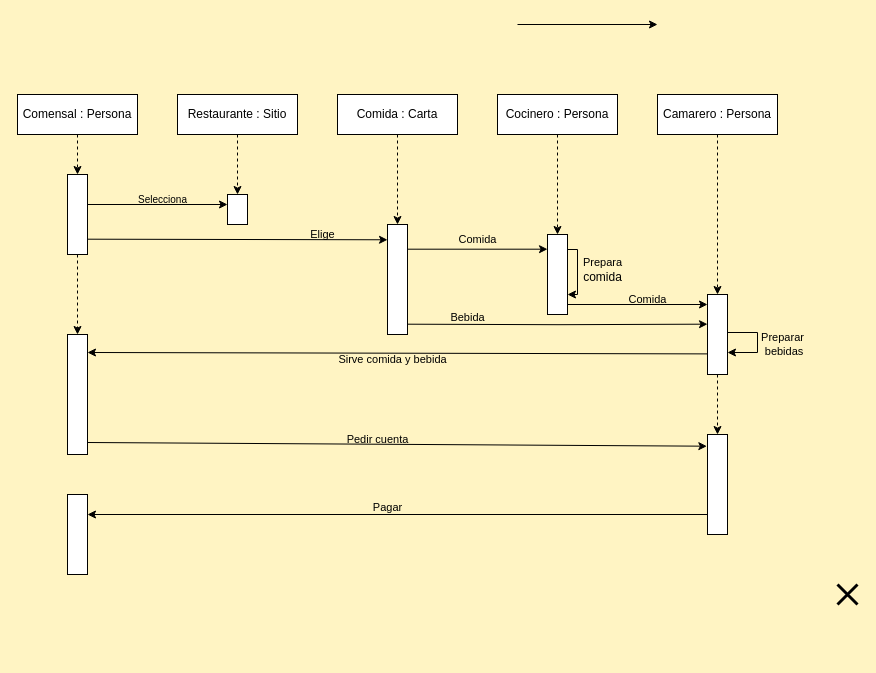
Earlier version of the draw.io diagram 02_Entornos de desarrollo/UT_6/Ejercicios06/Ejercicios/Ejer07/Ejer07.drawio (antgomper/Curso_23-24_DAW). Source tidied: cells renumbered, new cells numbered last; positions are measured from the earlier drawing's top-left corner, leaving out a move shared by most shapes. Both pictures are drawn from the tidied source at 100%, with x=0, y=0 at pixel (17, 24).
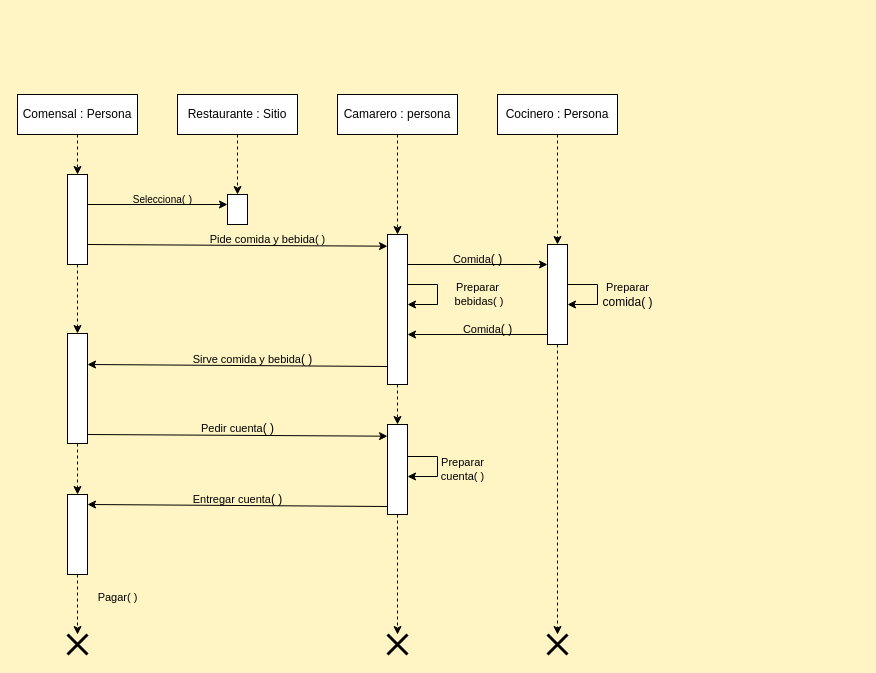
After the change.

Unchanged cells that the change refers to:
```xml
<mxCell id="43" style="rounded=0;whiteSpace=wrap;html=1;" parent="1" vertex="1">
  <mxGeometry x="50" y="470" width="20" height="80" as="geometry" />
</mxCell>
```

The edit, as a diff of the source:
```diff
@@
     <mxCell id="5" style="rounded=0;whiteSpace=wrap;html=1;" parent="1" vertex="1">
-      <mxGeometry x="50" y="150" width="20" height="80" as="geometry" />
+      <mxGeometry x="50" y="150" width="20" height="90" as="geometry" />
     </mxCell>
     <mxCell id="6" style="shape=umlDestroy;whiteSpace=wrap;html=1;strokeWidth=3;targetShapes=umlLifeline;" parent="1" vertex="1">
-      <mxGeometry x="820" y="560" width="20" height="20" as="geometry" />
+      <mxGeometry x="50" y="610" width="20" height="20" as="geometry" />
     </mxCell>
@@
-    <mxCell id="10" style="edgeStyle=orthogonalEdgeStyle;rounded=0;orthogonalLoop=1;jettySize=auto;html=1;exitX=1;exitY=0.5;exitDx=0;exitDy=0;entryX=0;entryY=0.25;entryDx=0;entryDy=0;" parent="1" edge="1">
+    <mxCell id="10" style="rounded=0;orthogonalLoop=1;jettySize=auto;html=1;exitX=1;exitY=0.5;exitDx=0;exitDy=0;entryX=0;entryY=0.118;entryDx=0;entryDy=0;entryPerimeter=0;" parent="1" edge="1">
       <mxGeometry relative="1" as="geometry">
-        <mxPoint x="500" as="sourcePoint" />
-        <mxPoint x="640" as="targetPoint" />
+        <mxPoint x="70" y="220" as="sourcePoint" />
+        <mxPoint x="370" y="221.7" as="targetPoint" />
       </mxGeometry>
     </mxCell>
@@
-    <mxCell id="12" value="&lt;div style=&quot;font-size: 11px;&quot;&gt;&lt;font style=&quot;font-size: 10px;&quot;&gt;Selecciona&lt;/font&gt;&lt;/div&gt;" style="text;html=1;align=center;verticalAlign=middle;strokeColor=none;fillColor=none;" parent="1" vertex="1">
-      <mxGeometry x="110" y="160" width="70" height="30" as="geometry" />
+    <mxCell id="12" value="&lt;div style=&quot;font-size: 11px;&quot;&gt;&lt;font style=&quot;font-size: 10px;&quot;&gt;Selecciona&lt;/font&gt;( )&lt;br&gt;&lt;/div&gt;" style="text;html=1;align=center;verticalAlign=middle;strokeColor=none;fillColor=none;" parent="1" vertex="1">
+      <mxGeometry x="105" y="160" width="80" height="30" as="geometry" />
     </mxCell>
@@
-    <mxCell id="14" value="Comida : Carta" style="rounded=0;whiteSpace=wrap;html=1;" parent="1" vertex="1">
+    <mxCell id="14" value="Camarero : persona" style="rounded=0;whiteSpace=wrap;html=1;" parent="1" vertex="1">
       <mxGeometry x="320" y="70" width="120" height="40" as="geometry" />
     </mxCell>
@@
+    <mxCell id="45" style="edgeStyle=orthogonalEdgeStyle;rounded=0;jettySize=auto;html=1;exitX=0.5;exitY=1;exitDx=0;exitDy=0;dashed=1;" parent="1" edge="1" source="17" target="55">
+      <mxGeometry relative="1" as="geometry" />
+    </mxCell>
     <mxCell id="17" style="rounded=0;whiteSpace=wrap;html=1;" parent="1" vertex="1">
-      <mxGeometry x="370" y="200" width="20" height="110" as="geometry" />
+      <mxGeometry x="370" y="210" width="20" height="150" as="geometry" />
     </mxCell>
+    <mxCell id="46" style="edgeStyle=orthogonalEdgeStyle;rounded=0;jettySize=auto;html=1;exitX=0.5;exitY=1;exitDx=0;exitDy=0;dashed=1;" parent="1" edge="1" source="18" target="60">
+      <mxGeometry relative="1" as="geometry" />
+    </mxCell>
     <mxCell id="18" style="rounded=0;whiteSpace=wrap;html=1;" parent="1" vertex="1">
-      <mxGeometry x="530" y="210" width="20" height="80" as="geometry" />
+      <mxGeometry x="530" y="220" width="20" height="100" as="geometry" />
     </mxCell>
-    <mxCell id="19" style="rounded=0;jettySize=auto;html=1;exitX=1;exitY=0.5;exitDx=0;exitDy=0;entryX=0;entryY=0.139;entryDx=0;entryDy=0;entryPerimeter=0;" parent="1" edge="1" target="17">
-      <mxGeometry relative="1" as="geometry">
-        <mxPoint x="70" y="214.7" as="sourcePoint" />
-      </mxGeometry>
-    </mxCell>
-    <mxCell id="20" value="&lt;font style=&quot;font-size: 11px;&quot;&gt;Elige&lt;/font&gt;" style="text;html=1;align=center;verticalAlign=middle;strokeColor=none;fillColor=none;" parent="1" vertex="1">
-      <mxGeometry x="280" y="195" width="50" height="30" as="geometry" />
+    <mxCell id="20" value="&lt;font style=&quot;font-size: 11px;&quot;&gt;Pide comida y bebida( )&lt;br&gt;&lt;/font&gt;" style="text;html=1;align=center;verticalAlign=middle;strokeColor=none;fillColor=none;" parent="1" vertex="1">
+      <mxGeometry x="180" y="200" width="140" height="30" as="geometry" />
     </mxCell>
-    <mxCell id="21" style="edgeStyle=orthogonalEdgeStyle;rounded=0;orthogonalLoop=1;jettySize=auto;html=1;exitX=1;exitY=0.5;exitDx=0;exitDy=0;entryX=0;entryY=0.25;entryDx=0;entryDy=0;startArrow=none;startFill=0;endArrow=classic;endFill=1;" parent="1" edge="1">
-      <mxGeometry relative="1" as="geometry">
-        <mxPoint x="390" y="224.7" as="sourcePoint" />
-        <mxPoint x="530" y="224.7" as="targetPoint" />
-      </mxGeometry>
-    </mxCell>
-    <mxCell id="22" style="edgeStyle=orthogonalEdgeStyle;rounded=0;jettySize=auto;html=1;exitX=0.5;exitY=1;exitDx=0;exitDy=0;entryX=0.5;entryY=0;entryDx=0;entryDy=0;dashed=1;" parent="1" edge="1" source="23" target="25">
-      <mxGeometry relative="1" as="geometry" />
-    </mxCell>
-    <mxCell id="23" value="Camarero : Persona" style="rounded=0;whiteSpace=wrap;html=1;" parent="1" vertex="1">
-      <mxGeometry x="640" y="70" width="120" height="40" as="geometry" />
-    </mxCell>
-    <mxCell id="24" style="edgeStyle=orthogonalEdgeStyle;rounded=0;jettySize=auto;html=1;exitX=0.5;exitY=1;exitDx=0;exitDy=0;entryX=0.5;entryY=0;entryDx=0;entryDy=0;dashed=1;" parent="1" edge="1" source="25" target="40">
-      <mxGeometry relative="1" as="geometry" />
-    </mxCell>
-    <mxCell id="25" style="rounded=0;whiteSpace=wrap;html=1;" parent="1" vertex="1">
-      <mxGeometry x="690" y="270" width="20" height="80" as="geometry" />
-    </mxCell>
-    <mxCell id="26" style="edgeStyle=orthogonalEdgeStyle;rounded=0;orthogonalLoop=1;jettySize=auto;html=1;exitX=1;exitY=0.25;exitDx=0;exitDy=0;entryX=1;entryY=0.75;entryDx=0;entryDy=0;" parent="1" edge="1" source="18" target="18">
-      <mxGeometry relative="1" as="geometry">
-        <Array as="points">
-          <mxPoint x="550" y="225" />
-          <mxPoint x="560" y="225" />
-          <mxPoint x="560" y="270" />
-        </Array>
-      </mxGeometry>
-    </mxCell>
-    <mxCell id="27" style="edgeStyle=orthogonalEdgeStyle;rounded=0;orthogonalLoop=1;jettySize=auto;html=1;exitX=1;exitY=0.5;exitDx=0;exitDy=0;entryX=0;entryY=0.25;entryDx=0;entryDy=0;" parent="1" edge="1">
+    <mxCell id="27" style="edgeStyle=orthogonalEdgeStyle;rounded=0;orthogonalLoop=1;jettySize=auto;html=1;exitX=1;exitY=0.5;exitDx=0;exitDy=0;entryX=0;entryY=0.25;entryDx=0;entryDy=0;startArrow=classic;startFill=1;endArrow=none;endFill=0;" parent="1" edge="1">
       <mxGeometry relative="1" as="geometry">
-        <mxPoint x="550" y="280" as="sourcePoint" />
-        <mxPoint x="690" y="280" as="targetPoint" />
+        <mxPoint x="390" y="310" as="sourcePoint" />
+        <mxPoint x="530" y="310" as="targetPoint" />
       </mxGeometry>
     </mxCell>
-    <mxCell id="28" value="&lt;div&gt;&lt;font style=&quot;font-size: 11px;&quot;&gt;Prepara&lt;/font&gt;&lt;/div&gt;comida" style="text;html=1;align=center;verticalAlign=middle;strokeColor=none;fillColor=none;" parent="1" vertex="1">
-      <mxGeometry x="555" y="225" width="60" height="40" as="geometry" />
+    <mxCell id="28" value="&lt;div&gt;&lt;font style=&quot;font-size: 11px;&quot;&gt;Preparar&lt;/font&gt;&lt;/div&gt;comida( )" style="text;html=1;align=center;verticalAlign=middle;strokeColor=none;fillColor=none;" parent="1" vertex="1">
+      <mxGeometry x="575" y="250" width="70" height="40" as="geometry" />
     </mxCell>
+    <mxCell id="47" style="edgeStyle=orthogonalEdgeStyle;rounded=0;jettySize=auto;html=1;exitX=0.5;exitY=1;exitDx=0;exitDy=0;dashed=1;" parent="1" edge="1" source="29" target="43">
+      <mxGeometry relative="1" as="geometry" />
+    </mxCell>
     <mxCell id="29" style="rounded=0;whiteSpace=wrap;html=1;" parent="1" vertex="1">
-      <mxGeometry x="50" y="310" width="20" height="120" as="geometry" />
+      <mxGeometry x="50" y="309" width="20" height="110" as="geometry" />
     </mxCell>
-    <mxCell id="30" style="rounded=0;orthogonalLoop=1;jettySize=auto;html=1;exitX=1;exitY=0.5;exitDx=0;exitDy=0;entryX=0;entryY=0.856;entryDx=0;entryDy=0;entryPerimeter=0;startArrow=classic;startFill=1;endArrow=none;endFill=0;" parent="1" edge="1">
-      <mxGeometry relative="1" as="geometry">
-        <mxPoint x="70" y="328" as="sourcePoint" />
-        <mxPoint x="690" y="329.4" as="targetPoint" />
-      </mxGeometry>
-    </mxCell>
-    <mxCell id="31" value="&lt;font style=&quot;font-size: 11px;&quot;&gt;Sirve comida y bebida&lt;/font&gt;" style="text;html=1;align=center;verticalAlign=middle;strokeColor=none;fillColor=none;" parent="1" vertex="1">
-      <mxGeometry x="310" y="320" width="130" height="30" as="geometry" />
+    <mxCell id="31" value="&lt;font style=&quot;font-size: 11px;&quot;&gt;Sirve comida y bebida&lt;/font&gt;( )" style="text;html=1;align=center;verticalAlign=middle;strokeColor=none;fillColor=none;" parent="1" vertex="1">
+      <mxGeometry x="165" y="320" width="140" height="30" as="geometry" />
     </mxCell>
@@
-    <mxCell id="33" style="edgeStyle=orthogonalEdgeStyle;rounded=0;jettySize=auto;html=1;exitX=1;exitY=0.5;exitDx=0;exitDy=0;entryX=0;entryY=0.371;entryDx=0;entryDy=0;entryPerimeter=0;" parent="1" edge="1" target="25">
-      <mxGeometry relative="1" as="geometry">
-        <mxPoint x="390" y="299.7" as="sourcePoint" />
-      </mxGeometry>
-    </mxCell>
-    <mxCell id="34" value="&lt;font style=&quot;font-size: 11px;&quot;&gt;Comida&lt;/font&gt;" style="text;html=1;align=center;verticalAlign=middle;strokeColor=none;fillColor=none;" parent="1" vertex="1">
-      <mxGeometry x="430" y="200" width="60" height="30" as="geometry" />
+    <mxCell id="34" value="&lt;font style=&quot;font-size: 11px;&quot;&gt;Comida&lt;/font&gt;( )" style="text;html=1;align=center;verticalAlign=middle;strokeColor=none;fillColor=none;" parent="1" vertex="1">
+      <mxGeometry x="425" y="220" width="70" height="30" as="geometry" />
     </mxCell>
-    <mxCell id="35" value="&lt;font style=&quot;font-size: 11px;&quot;&gt;Bebida&lt;/font&gt;" style="text;html=1;align=center;verticalAlign=middle;strokeColor=none;fillColor=none;" parent="1" vertex="1">
-      <mxGeometry x="420" y="278" width="60" height="30" as="geometry" />
-    </mxCell>
     <mxCell id="36" style="edgeStyle=orthogonalEdgeStyle;rounded=0;orthogonalLoop=1;jettySize=auto;html=1;exitX=1;exitY=0.25;exitDx=0;exitDy=0;" parent="1" edge="1">
       <mxGeometry relative="1" as="geometry">
-        <mxPoint x="710" y="308" as="sourcePoint" />
-        <mxPoint x="710" y="328" as="targetPoint" />
+        <mxPoint x="390" y="260" as="sourcePoint" />
+        <mxPoint x="390" y="280" as="targetPoint" />
         <Array as="points">
-          <mxPoint x="740" y="308" />
-          <mxPoint x="740" y="328" />
+          <mxPoint x="420" y="260" />
+          <mxPoint x="420" y="280" />
         </Array>
       </mxGeometry>
     </mxCell>
-    <mxCell id="37" value="&lt;div style=&quot;font-size: 11px;&quot;&gt;&lt;font style=&quot;font-size: 11px;&quot;&gt;Preparar&lt;/font&gt;&lt;/div&gt;&lt;div style=&quot;font-size: 11px;&quot;&gt;&lt;font style=&quot;font-size: 11px;&quot;&gt;&amp;nbsp;bebidas&lt;/font&gt;&lt;/div&gt;" style="text;html=1;align=center;verticalAlign=middle;strokeColor=none;fillColor=none;" parent="1" vertex="1">
-      <mxGeometry x="730" y="300" width="70" height="40" as="geometry" />
+    <mxCell id="37" value="&lt;div style=&quot;font-size: 11px;&quot;&gt;&lt;font style=&quot;font-size: 11px;&quot;&gt;Preparar&lt;/font&gt;&lt;/div&gt;&lt;div style=&quot;font-size: 11px;&quot;&gt;&lt;font style=&quot;font-size: 11px;&quot;&gt;&amp;nbsp;bebidas&lt;/font&gt;( )&lt;br&gt;&lt;/div&gt;" style="text;html=1;align=center;verticalAlign=middle;strokeColor=none;fillColor=none;" parent="1" vertex="1">
+      <mxGeometry x="420" y="250" width="80" height="40" as="geometry" />
     </mxCell>
-    <mxCell id="38" value="&lt;font style=&quot;font-size: 11px;&quot;&gt;Comida&lt;/font&gt;" style="text;html=1;align=center;verticalAlign=middle;strokeColor=none;fillColor=none;" parent="1" vertex="1">
-      <mxGeometry x="600" y="260" width="60" height="30" as="geometry" />
+    <mxCell id="38" value="&lt;font style=&quot;font-size: 11px;&quot;&gt;Comida&lt;/font&gt;( )" style="text;html=1;align=center;verticalAlign=middle;strokeColor=none;fillColor=none;" parent="1" vertex="1">
+      <mxGeometry x="435" y="290" width="70" height="30" as="geometry" />
     </mxCell>
-    <mxCell id="39" style="edgeStyle=orthogonalEdgeStyle;rounded=0;jettySize=auto;html=1;exitX=0;exitY=0.75;exitDx=0;exitDy=0;entryX=1;entryY=0.25;entryDx=0;entryDy=0;" parent="1" edge="1" source="40" target="43">
-      <mxGeometry relative="1" as="geometry">
-        <Array as="points">
-          <mxPoint x="690" y="490" />
-        </Array>
-      </mxGeometry>
-    </mxCell>
-    <mxCell id="40" style="rounded=0;whiteSpace=wrap;html=1;" parent="1" vertex="1">
-      <mxGeometry x="690" y="410" width="20" height="100" as="geometry" />
-    </mxCell>
-    <mxCell id="41" style="rounded=0;jettySize=auto;html=1;exitX=1;exitY=0.9;exitDx=0;exitDy=0;entryX=-0.033;entryY=0.117;entryDx=0;entryDy=0;entryPerimeter=0;exitPerimeter=0;" parent="1" edge="1" source="29" target="40">
-      <mxGeometry relative="1" as="geometry" />
-    </mxCell>
-    <mxCell id="42" value="&lt;font style=&quot;font-size: 11px;&quot;&gt;Pedir cuenta&lt;/font&gt;" style="text;html=1;align=center;verticalAlign=middle;strokeColor=none;fillColor=none;" parent="1" vertex="1">
-      <mxGeometry x="320" y="400" width="80" height="30" as="geometry" />
+    <mxCell id="42" value="&lt;font style=&quot;font-size: 11px;&quot;&gt;Pedir cuenta&lt;/font&gt;( )" style="text;html=1;align=center;verticalAlign=middle;strokeColor=none;fillColor=none;" parent="1" vertex="1">
+      <mxGeometry x="170" y="389" width="100" height="30" as="geometry" />
     </mxCell>
+    <mxCell id="48" style="edgeStyle=orthogonalEdgeStyle;rounded=0;jettySize=auto;html=1;exitX=0.5;exitY=1;exitDx=0;exitDy=0;dashed=1;" parent="1" edge="1" source="43" target="6">
+      <mxGeometry relative="1" as="geometry" />
+    </mxCell>
@@
-    <mxCell id="44" value="&lt;font style=&quot;font-size: 11px;&quot;&gt;Pagar&lt;/font&gt;" style="text;html=1;align=center;verticalAlign=middle;strokeColor=none;fillColor=none;" parent="1" vertex="1">
-      <mxGeometry x="345" y="468" width="50" height="30" as="geometry" />
+    <mxCell id="44" value="&lt;font style=&quot;font-size: 11px;&quot;&gt;E&lt;font style=&quot;font-size: 11px;&quot;&gt;ntre&lt;font style=&quot;font-size: 11px;&quot;&gt;gar&lt;/font&gt; cuenta&lt;/font&gt;&lt;/font&gt;( )" style="text;html=1;align=center;verticalAlign=middle;strokeColor=none;fillColor=none;" parent="1" vertex="1">
+      <mxGeometry x="165" y="460" width="110" height="30" as="geometry" />
     </mxCell>
+    <mxCell id="49" style="edgeStyle=orthogonalEdgeStyle;rounded=0;orthogonalLoop=1;jettySize=auto;html=1;exitX=1;exitY=0.25;exitDx=0;exitDy=0;" parent="1" edge="1">
+      <mxGeometry relative="1" as="geometry">
+        <mxPoint x="390" y="432" as="sourcePoint" />
+        <mxPoint x="390" y="452" as="targetPoint" />
+        <Array as="points">
+          <mxPoint x="420" y="432" />
+          <mxPoint x="420" y="452" />
+        </Array>
+      </mxGeometry>
+    </mxCell>
+    <mxCell id="50" value="&lt;div style=&quot;font-size: 11px;&quot;&gt;&lt;font style=&quot;font-size: 11px;&quot;&gt;Preparar&lt;/font&gt;&lt;/div&gt;&lt;div style=&quot;font-size: 11px;&quot;&gt;&lt;font style=&quot;font-size: 11px;&quot;&gt;cuenta&lt;font style=&quot;font-size: 11px;&quot;&gt;( )&lt;br&gt;&lt;/font&gt;&lt;/font&gt;&lt;/div&gt;" style="text;html=1;align=center;verticalAlign=middle;strokeColor=none;fillColor=none;" parent="1" vertex="1">
+      <mxGeometry x="410" y="425" width="70" height="40" as="geometry" />
+    </mxCell>
+    <mxCell id="51" value="&lt;div style=&quot;font-size: 11px;&quot;&gt;&lt;font style=&quot;font-size: 11px;&quot;&gt;Pagar&lt;/font&gt;( )&lt;br&gt;&lt;/div&gt;" style="text;html=1;align=center;verticalAlign=middle;strokeColor=none;fillColor=none;" parent="1" vertex="1">
+      <mxGeometry x="70" y="558" width="60" height="30" as="geometry" />
+    </mxCell>
+    <mxCell id="52" style="edgeStyle=orthogonalEdgeStyle;rounded=0;orthogonalLoop=1;jettySize=auto;html=1;exitX=1;exitY=0.25;exitDx=0;exitDy=0;" parent="1" edge="1">
+      <mxGeometry relative="1" as="geometry">
+        <mxPoint x="550" y="260" as="sourcePoint" />
+        <mxPoint x="550" y="280" as="targetPoint" />
+        <Array as="points">
+          <mxPoint x="580" y="260" />
+          <mxPoint x="580" y="280" />
+        </Array>
+      </mxGeometry>
+    </mxCell>
+    <mxCell id="53" style="rounded=0;orthogonalLoop=1;jettySize=auto;html=1;exitX=1;exitY=0.5;exitDx=0;exitDy=0;entryX=0;entryY=0.118;entryDx=0;entryDy=0;entryPerimeter=0;startArrow=classic;startFill=1;endArrow=none;endFill=0;" parent="1" edge="1">
+      <mxGeometry relative="1" as="geometry">
+        <mxPoint x="70" y="340" as="sourcePoint" />
+        <mxPoint x="370" y="342" as="targetPoint" />
+      </mxGeometry>
+    </mxCell>
+    <mxCell id="54" style="edgeStyle=orthogonalEdgeStyle;rounded=0;jettySize=auto;html=1;exitX=0.5;exitY=1;exitDx=0;exitDy=0;dashed=1;" parent="1" edge="1" source="55" target="59">
+      <mxGeometry relative="1" as="geometry" />
+    </mxCell>
+    <mxCell id="55" style="rounded=0;whiteSpace=wrap;html=1;" parent="1" vertex="1">
+      <mxGeometry x="370" y="400" width="20" height="90" as="geometry" />
+    </mxCell>
+    <mxCell id="56" style="rounded=0;orthogonalLoop=1;jettySize=auto;html=1;exitX=1;exitY=0.5;exitDx=0;exitDy=0;entryX=0;entryY=0.118;entryDx=0;entryDy=0;entryPerimeter=0;" parent="1" edge="1">
+      <mxGeometry relative="1" as="geometry">
+        <mxPoint x="70" y="410" as="sourcePoint" />
+        <mxPoint x="370" y="411.7" as="targetPoint" />
+      </mxGeometry>
+    </mxCell>
+    <mxCell id="57" style="edgeStyle=orthogonalEdgeStyle;rounded=0;orthogonalLoop=1;jettySize=auto;html=1;exitX=1;exitY=0.5;exitDx=0;exitDy=0;entryX=0;entryY=0.25;entryDx=0;entryDy=0;startArrow=none;startFill=0;endArrow=classic;endFill=1;" parent="1" edge="1">
+      <mxGeometry relative="1" as="geometry">
+        <mxPoint x="390" y="240" as="sourcePoint" />
+        <mxPoint x="530" y="240" as="targetPoint" />
+      </mxGeometry>
+    </mxCell>
+    <mxCell id="58" style="rounded=0;orthogonalLoop=1;jettySize=auto;html=1;exitX=1;exitY=0.5;exitDx=0;exitDy=0;entryX=0;entryY=0.118;entryDx=0;entryDy=0;entryPerimeter=0;startArrow=classic;startFill=1;endArrow=none;endFill=0;" parent="1" edge="1">
+      <mxGeometry relative="1" as="geometry">
+        <mxPoint x="70" y="480" as="sourcePoint" />
+        <mxPoint x="370" y="482" as="targetPoint" />
+      </mxGeometry>
+    </mxCell>
+    <mxCell id="59" style="shape=umlDestroy;whiteSpace=wrap;html=1;strokeWidth=3;targetShapes=umlLifeline;" parent="1" vertex="1">
+      <mxGeometry x="370" y="610" width="20" height="20" as="geometry" />
+    </mxCell>
+    <mxCell id="60" style="shape=umlDestroy;whiteSpace=wrap;html=1;strokeWidth=3;targetShapes=umlLifeline;" parent="1" vertex="1">
+      <mxGeometry x="530" y="610" width="20" height="20" as="geometry" />
+    </mxCell>
```
